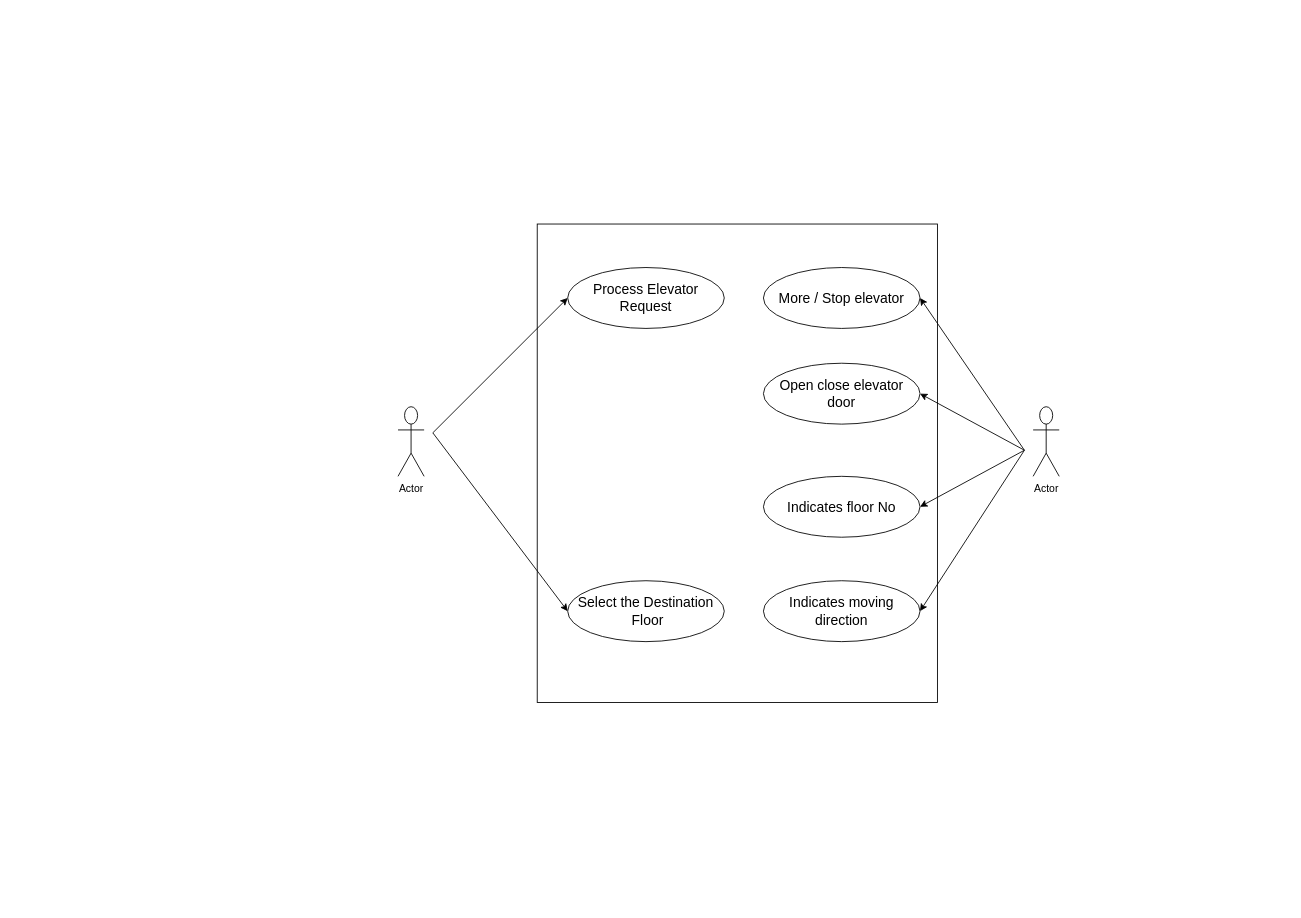
Earlier version of the draw.io diagram Use Case Diagram of the Elevator control system.drawio (nadunchanna98/Software-Engineering). Source tidied: cells renumbered, new cells numbered last; positions are measured from the earlier drawing's top-left corner, leaving out a move shared by most shapes. Both pictures are drawn from the tidied source at 87%, with x=0, y=0 at pixel (398, 224).
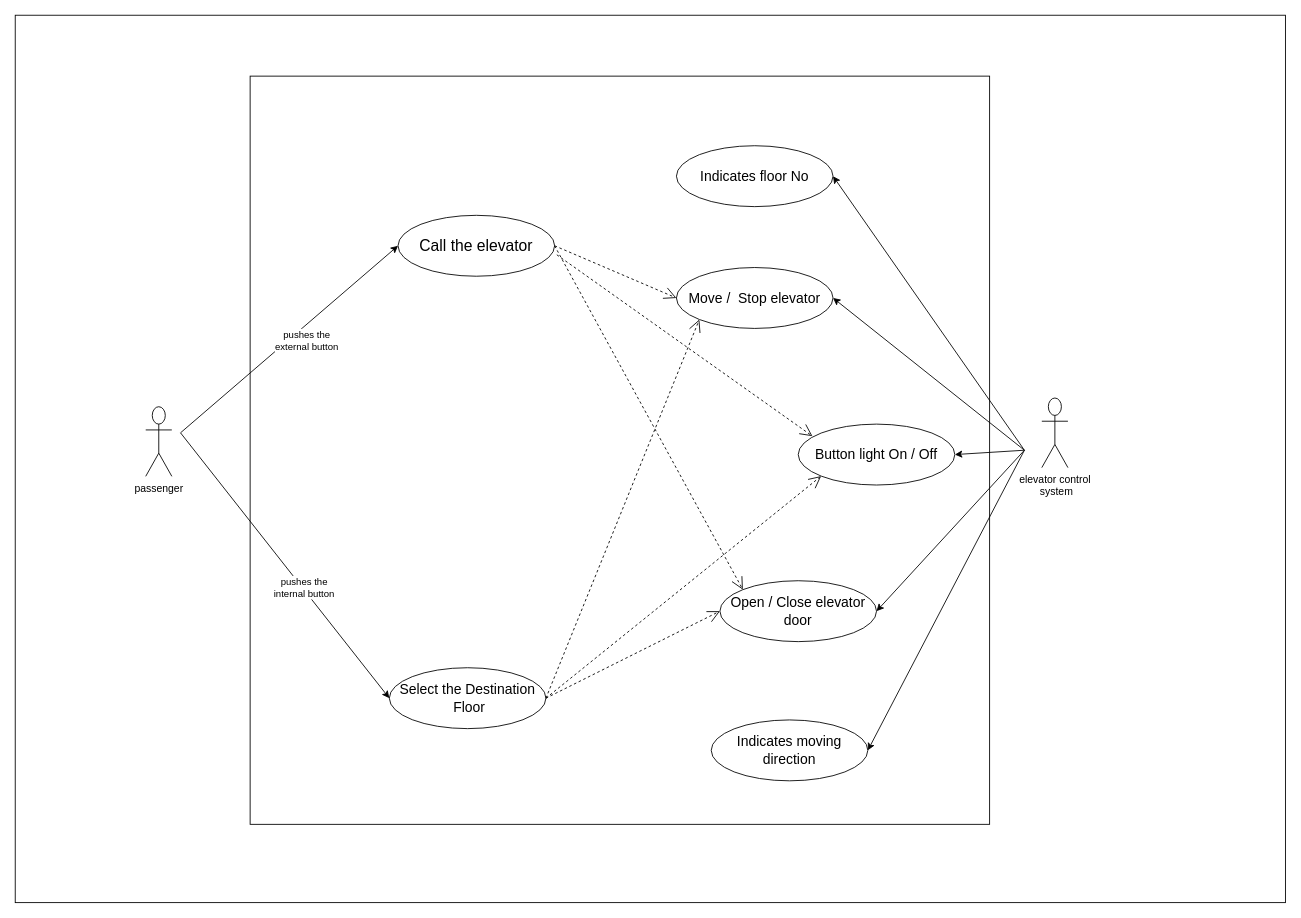
After the change.

Change to the diagram source:
```diff
@@
-    <mxCell id="2" style="rounded=0;whiteSpace=wrap;html=1;" parent="1" vertex="1">
-      <mxGeometry x="160" width="460" height="550" as="geometry" />
-    </mxCell>
-    <mxCell id="3" value="&lt;font style=&quot;font-size: 16px;&quot;&gt;Process Elevator &lt;br&gt;Request&lt;/font&gt;" style="ellipse;whiteSpace=wrap;html=1;" parent="1" vertex="1">
-      <mxGeometry x="195" y="50" width="180" height="70" as="geometry" />
+    <mxCell id="3" value="&lt;font style=&quot;font-size: 18px;&quot;&gt;Call the elevator&lt;/font&gt;" style="ellipse;whiteSpace=wrap;html=1;" parent="1" vertex="1">
+      <mxGeometry y="-10" width="180" height="70" as="geometry" />
     </mxCell>
     <mxCell id="4" value="&lt;font style=&quot;font-size: 16px;&quot;&gt;Select the Destination&lt;br&gt;&amp;nbsp;Floor&lt;/font&gt;" style="ellipse;whiteSpace=wrap;html=1;" parent="1" vertex="1">
-      <mxGeometry x="195" y="410" width="180" height="70" as="geometry" />
+      <mxGeometry x="-10" y="510" width="180" height="70" as="geometry" />
     </mxCell>
-    <mxCell id="5" value="Actor" style="shape=umlActor;verticalLabelPosition=bottom;verticalAlign=top;html=1;" parent="1" vertex="1">
-      <mxGeometry y="210" width="30" height="80" as="geometry" />
+    <mxCell id="5" value=" passenger" style="shape=umlActor;verticalLabelPosition=bottom;verticalAlign=top;html=1;" parent="1" vertex="1">
+      <mxGeometry x="-290" y="210" width="30" height="80" as="geometry" />
     </mxCell>
     <mxCell id="6" style="endArrow=classic;html=1;rounded=0;entryX=0;entryY=0.5;entryDx=0;entryDy=0;" parent="1" edge="1" target="3">
       <mxGeometry relative="1" as="geometry">
-        <mxPoint x="40" y="240" as="sourcePoint" />
+        <mxPoint x="-250" y="240" as="sourcePoint" />
       </mxGeometry>
     </mxCell>
+    <mxCell id="17" value=" pushes the &lt;br&gt;external button" style="edgeLabel;html=1;align=center;verticalAlign=middle;" parent="6" vertex="1">
+      <mxGeometry x="-0.09" y="1" relative="1" as="geometry">
+        <mxPoint x="31" y="-8" as="offset" />
+      </mxGeometry>
+    </mxCell>
     <mxCell id="7" style="endArrow=classic;html=1;rounded=0;entryX=0;entryY=0.5;entryDx=0;entryDy=0;" parent="1" edge="1" target="4">
       <mxGeometry relative="1" as="geometry">
-        <mxPoint x="40" y="240" as="sourcePoint" />
+        <mxPoint x="-250" y="240" as="sourcePoint" />
       </mxGeometry>
     </mxCell>
+    <mxCell id="18" value=" pushes the &lt;br&gt;internal button" style="edgeLabel;html=1;align=center;verticalAlign=middle;" parent="7" vertex="1">
+      <mxGeometry x="0.17" y="2" relative="1" as="geometry" />
+    </mxCell>
-    <mxCell id="8" value="&lt;span style=&quot;font-size: 16px;&quot;&gt;More / Stop elevator&lt;/span&gt;" style="ellipse;whiteSpace=wrap;html=1;" parent="1" vertex="1">
-      <mxGeometry x="420" y="50" width="180" height="70" as="geometry" />
+    <mxCell id="8" value="&lt;span style=&quot;font-size: 16px;&quot;&gt;Move /&amp;nbsp; Stop elevator&lt;/span&gt;" style="ellipse;whiteSpace=wrap;html=1;" parent="1" vertex="1">
+      <mxGeometry x="320" y="50" width="180" height="70" as="geometry" />
     </mxCell>
-    <mxCell id="9" value="&lt;span style=&quot;font-size: 16px;&quot;&gt;Open close elevator door&lt;/span&gt;" style="ellipse;whiteSpace=wrap;html=1;" parent="1" vertex="1">
-      <mxGeometry x="420" y="160" width="180" height="70" as="geometry" />
-    </mxCell>
     <mxCell id="10" value="&lt;span style=&quot;font-size: 16px;&quot;&gt;Indicates floor No&lt;/span&gt;" style="ellipse;whiteSpace=wrap;html=1;" parent="1" vertex="1">
-      <mxGeometry x="420" y="290" width="180" height="70" as="geometry" />
+      <mxGeometry x="320" y="-90" width="180" height="70" as="geometry" />
     </mxCell>
     <mxCell id="11" value="&lt;span style=&quot;font-size: 16px;&quot;&gt;Indicates moving direction&lt;/span&gt;" style="ellipse;whiteSpace=wrap;html=1;" parent="1" vertex="1">
-      <mxGeometry x="420" y="410" width="180" height="70" as="geometry" />
+      <mxGeometry x="360" y="570" width="180" height="70" as="geometry" />
     </mxCell>
-    <mxCell id="12" value="Actor" style="shape=umlActor;verticalLabelPosition=bottom;verticalAlign=top;html=1;" parent="1" vertex="1">
-      <mxGeometry x="730" y="210" width="30" height="80" as="geometry" />
+    <mxCell id="12" value="elevator control&lt;br&gt;&amp;nbsp;system" style="shape=umlActor;verticalLabelPosition=bottom;verticalAlign=top;html=1;" parent="1" vertex="1">
+      <mxGeometry x="740" y="200" width="30" height="80" as="geometry" />
     </mxCell>
@@
-    <mxCell id="14" style="endArrow=classic;html=1;rounded=0;entryX=1;entryY=0.5;entryDx=0;entryDy=0;" parent="1" edge="1" target="9">
+    <mxCell id="14" style="endArrow=classic;html=1;rounded=0;entryX=1;entryY=0.5;entryDx=0;entryDy=0;" parent="1" edge="1" target="19">
       <mxGeometry relative="1" as="geometry">
         <mxPoint x="720" y="260" as="sourcePoint" />
       </mxGeometry>
     </mxCell>
@@
+    <mxCell id="19" value="&lt;span style=&quot;font-size: 16px;&quot;&gt;Open / Close elevator door&lt;/span&gt;" style="ellipse;whiteSpace=wrap;html=1;" parent="1" vertex="1">
+      <mxGeometry x="370" y="410" width="180" height="70" as="geometry" />
+    </mxCell>
+    <mxCell id="20" style="endArrow=open;endSize=12;dashed=1;html=1;rounded=0;exitX=1;exitY=0.5;exitDx=0;exitDy=0;entryX=0;entryY=0.5;entryDx=0;entryDy=0;" parent="1" edge="1" source="4" target="19">
+      <mxGeometry relative="1" as="geometry" />
+    </mxCell>
+    <mxCell id="21" style="endArrow=open;endSize=12;dashed=1;html=1;rounded=0;exitX=1;exitY=0.5;exitDx=0;exitDy=0;entryX=0;entryY=0.5;entryDx=0;entryDy=0;" parent="1" edge="1" source="3" target="8">
+      <mxGeometry relative="1" as="geometry" />
+    </mxCell>
+    <mxCell id="22" style="endArrow=open;endSize=12;dashed=1;html=1;rounded=0;exitX=1;exitY=0.5;exitDx=0;exitDy=0;entryX=0;entryY=0;entryDx=0;entryDy=0;" parent="1" edge="1" source="3" target="19">
+      <mxGeometry relative="1" as="geometry" />
+    </mxCell>
+    <mxCell id="23" style="endArrow=open;endSize=12;dashed=1;html=1;rounded=0;exitX=1;exitY=0.5;exitDx=0;exitDy=0;entryX=0;entryY=1;entryDx=0;entryDy=0;" parent="1" edge="1" source="4" target="8">
+      <mxGeometry relative="1" as="geometry" />
+    </mxCell>
+    <mxCell id="24" value="&lt;font style=&quot;font-size: 16px;&quot;&gt;Button light On / Off&lt;/font&gt;" style="ellipse;whiteSpace=wrap;html=1;" parent="1" vertex="1">
+      <mxGeometry x="460" y="230" width="180" height="70" as="geometry" />
+    </mxCell>
+    <mxCell id="25" style="endArrow=classic;html=1;rounded=0;entryX=1;entryY=0.5;entryDx=0;entryDy=0;" parent="1" edge="1" target="24">
+      <mxGeometry relative="1" as="geometry">
+        <mxPoint x="720" y="260" as="sourcePoint" />
+      </mxGeometry>
+    </mxCell>
+    <mxCell id="26" style="endArrow=open;endSize=12;dashed=1;html=1;rounded=0;exitX=1.014;exitY=0.648;exitDx=0;exitDy=0;entryX=0.091;entryY=0.198;entryDx=0;entryDy=0;entryPerimeter=0;exitPerimeter=0;" parent="1" edge="1" source="3" target="24">
+      <mxGeometry relative="1" as="geometry" />
+    </mxCell>
+    <mxCell id="27" style="endArrow=open;endSize=12;dashed=1;html=1;rounded=0;exitX=1;exitY=0.5;exitDx=0;exitDy=0;entryX=0;entryY=1;entryDx=0;entryDy=0;" parent="1" edge="1" source="4" target="24">
+      <mxGeometry relative="1" as="geometry" />
+    </mxCell>
+    <mxCell id="28" style="rounded=0;whiteSpace=wrap;html=1;fillColor=none;" parent="1" vertex="1">
+      <mxGeometry x="-170" y="-170" width="850" height="860" as="geometry" />
+    </mxCell>
+    <mxCell id="29" style="rounded=0;whiteSpace=wrap;html=1;fillColor=none;" parent="1" vertex="1">
+      <mxGeometry x="-440" y="-240" width="1460" height="1020" as="geometry" />
+    </mxCell>
```
